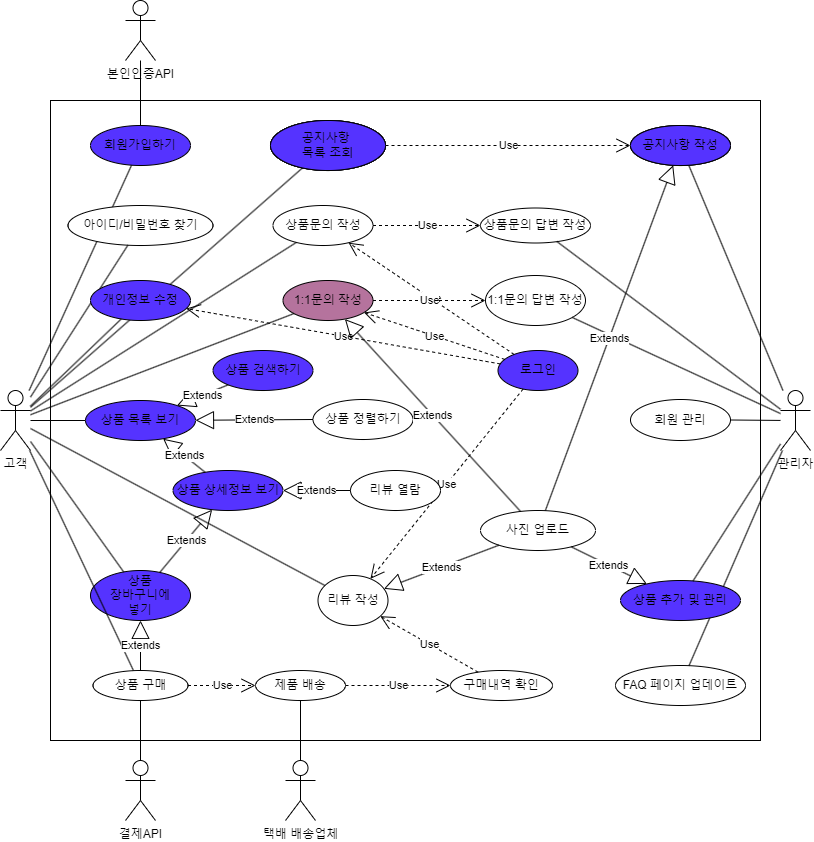
Earlier version of the draw.io export 3. DB설계/유즈케이스 다이어그램.drawio (3).png (ostrichick/MaruProject). Source tidied: cells renumbered, new cells last; positions are measured from the earlier drawing's top-left corner, leaving out a move shared by most shapes.
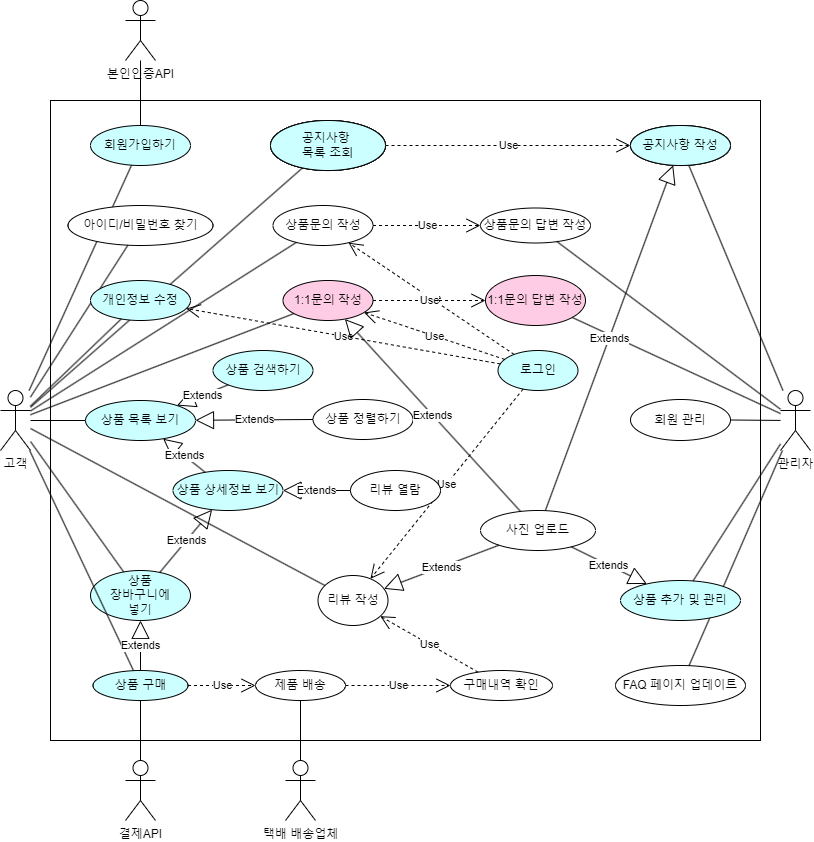
Later version of the same file.

Commit message:
유즈케이스 다이어그램.drawio (3).png 업데이트

Change to the diagram source:
```diff
@@ -17,22 +17,22 @@
     <mxCell id="6" style="rounded=0;whiteSpace=wrap;html=1;" parent="1" vertex="1">
       <mxGeometry x="50" y="100" width="710" height="640" as="geometry" />
     </mxCell>
-    <mxCell id="7" value="상품 상세정보 보기" style="ellipse;whiteSpace=wrap;html=1;fillColor=#5533FF;" parent="1" vertex="1">
+    <mxCell id="7" value="상품 상세정보 보기" style="ellipse;whiteSpace=wrap;html=1;fillColor=#CCFFFF;" parent="1" vertex="1">
       <mxGeometry x="172.5" y="470" width="110" height="40" as="geometry" />
     </mxCell>
-    <mxCell id="8" value="상품 검색하기" style="ellipse;whiteSpace=wrap;html=1;fillColor=#5533FF;" parent="1" vertex="1">
+    <mxCell id="8" value="상품 검색하기" style="ellipse;whiteSpace=wrap;html=1;fillColor=#CCFFFF;" parent="1" vertex="1">
       <mxGeometry x="212.5" y="350" width="100" height="40" as="geometry" />
     </mxCell>
     <mxCell id="9" value="상품 정렬하기" style="ellipse;whiteSpace=wrap;html=1;" parent="1" vertex="1">
       <mxGeometry x="312.5" y="399" width="100" height="40" as="geometry" />
     </mxCell>
-    <mxCell id="10" value="상품&lt;br&gt;장바구니에&lt;br&gt;넣기" style="ellipse;whiteSpace=wrap;html=1;fillColor=#5533FF;" parent="1" vertex="1">
+    <mxCell id="10" value="상품&lt;br&gt;장바구니에&lt;br&gt;넣기" style="ellipse;whiteSpace=wrap;html=1;fillColor=#CCFFFF;" parent="1" vertex="1">
       <mxGeometry x="90" y="570" width="100" height="50" as="geometry" />
     </mxCell>
-    <mxCell id="11" value="회원가입하기" style="ellipse;whiteSpace=wrap;html=1;fillColor=#5533FF;" parent="1" vertex="1">
+    <mxCell id="11" value="회원가입하기" style="ellipse;whiteSpace=wrap;html=1;fillColor=#CCFFFF;" parent="1" vertex="1">
       <mxGeometry x="90" y="125" width="100" height="40" as="geometry" />
     </mxCell>
-    <mxCell id="12" value="로그인" style="ellipse;whiteSpace=wrap;html=1;fillColor=#5533FF;" parent="1" vertex="1">
+    <mxCell id="12" value="로그인" style="ellipse;whiteSpace=wrap;html=1;fillColor=#CCFFFF;" parent="1" vertex="1">
       <mxGeometry x="497.5" y="350" width="80" height="40" as="geometry" />
     </mxCell>
     <mxCell id="13" style="endArrow=none;html=1;rounded=0;" parent="1" edge="1" source="11" target="5">
@@ -41,7 +41,7 @@
     <mxCell id="14" style="endArrow=none;html=1;rounded=0;" parent="1" edge="1" source="2" target="11">
       <mxGeometry relative="1" as="geometry" />
     </mxCell>
-    <mxCell id="15" value="상품 구매" style="ellipse;whiteSpace=wrap;html=1;" parent="1" vertex="1">
+    <mxCell id="15" value="상품 구매" style="ellipse;whiteSpace=wrap;html=1;fillColor=#CCFFFF;" parent="1" vertex="1">
       <mxGeometry x="92.5" y="670" width="95" height="30" as="geometry" />
     </mxCell>
     <mxCell id="16" style="endArrow=none;html=1;rounded=0;" parent="1" edge="1" source="4" target="15">
@@ -56,13 +56,13 @@
     <mxCell id="19" value="상품문의 작성" style="ellipse;whiteSpace=wrap;html=1;" parent="1" vertex="1">
       <mxGeometry x="272.5" y="205" width="100" height="40" as="geometry" />
     </mxCell>
-    <mxCell id="20" value="1:1문의 작성" style="ellipse;whiteSpace=wrap;html=1;fillColor=#B5739D;" parent="1" vertex="1">
+    <mxCell id="20" value="1:1문의 작성" style="ellipse;whiteSpace=wrap;html=1;fillColor=#FFCCE6;" parent="1" vertex="1">
       <mxGeometry x="282.5" y="280" width="90" height="40" as="geometry" />
     </mxCell>
     <mxCell id="21" value="상품문의 답변 작성" style="ellipse;whiteSpace=wrap;html=1;" parent="1" vertex="1">
       <mxGeometry x="480" y="207.5" width="110" height="35" as="geometry" />
     </mxCell>
-    <mxCell id="22" value="1:1문의 답변 작성" style="ellipse;whiteSpace=wrap;html=1;" parent="1" vertex="1">
+    <mxCell id="22" value="1:1문의 답변 작성" style="ellipse;whiteSpace=wrap;html=1;fillColor=#FFCCE6;" parent="1" vertex="1">
       <mxGeometry x="485" y="275" width="100" height="50" as="geometry" />
     </mxCell>
     <mxCell id="23" style="endArrow=none;html=1;rounded=0;" parent="1" edge="1" source="2" target="10">
@@ -86,7 +86,7 @@
     <mxCell id="29" style="endArrow=none;html=1;rounded=0;" parent="1" edge="1" source="2" target="19">
       <mxGeometry relative="1" as="geometry" />
     </mxCell>
-    <mxCell id="30" value="상품 목록 보기" style="ellipse;whiteSpace=wrap;html=1;fillColor=#5533FF;" parent="1" vertex="1">
+    <mxCell id="30" value="상품 목록 보기" style="ellipse;whiteSpace=wrap;html=1;fillColor=#CCFFFF;" parent="1" vertex="1">
       <mxGeometry x="85" y="400" width="110" height="40" as="geometry" />
     </mxCell>
     <mxCell id="31" value="Extends" style="endArrow=block;endSize=16;endFill=0;html=1;rounded=0;" parent="1" edge="1" source="8" target="30">
@@ -161,7 +161,7 @@
     <mxCell id="54" value="Extends" style="endArrow=block;endSize=16;endFill=0;html=1;rounded=0;" parent="1" edge="1" source="53" target="7">
       <mxGeometry relative="1" as="geometry" />
     </mxCell>
-    <mxCell id="55" value="개인정보 수정" style="ellipse;whiteSpace=wrap;html=1;fillColor=#5533FF;" parent="1" vertex="1">
+    <mxCell id="55" value="개인정보 수정" style="ellipse;whiteSpace=wrap;html=1;fillColor=#CCFFFF;" parent="1" vertex="1">
       <mxGeometry x="90" y="280" width="100" height="40" as="geometry" />
     </mxCell>
     <mxCell id="56" style="endArrow=none;html=1;rounded=0;" parent="1" edge="1" source="2" target="55">
@@ -200,7 +200,7 @@
     <mxCell id="67" style="endArrow=none;html=1;rounded=0;" parent="1" edge="1" source="66" target="3">
       <mxGeometry relative="1" as="geometry" />
     </mxCell>
-    <mxCell id="68" value="상품 추가 및 관리" style="ellipse;whiteSpace=wrap;html=1;fillColor=#5533FF;" parent="1" vertex="1">
+    <mxCell id="68" value="상품 추가 및 관리" style="ellipse;whiteSpace=wrap;html=1;fillColor=#CCFFFF;" parent="1" vertex="1">
       <mxGeometry x="620" y="580" width="120" height="40" as="geometry" />
     </mxCell>
     <mxCell id="69" style="endArrow=none;html=1;rounded=0;" parent="1" edge="1" source="68" target="3">
@@ -215,13 +215,13 @@
     <mxCell id="72" value="공지사항 &lt;br&gt;목록 조회" style="ellipse;whiteSpace=wrap;html=1;" parent="1" vertex="1">
       <mxGeometry x="270" y="120" width="115" height="50" as="geometry" />
     </mxCell>
-    <mxCell id="73" value="공지사항 &lt;br&gt;목록 조회" style="ellipse;whiteSpace=wrap;html=1;fillColor=#5533FF;" parent="1" vertex="1">
+    <mxCell id="73" value="공지사항 &lt;br&gt;목록 조회" style="ellipse;whiteSpace=wrap;html=1;fillColor=#CCFFFF;" parent="1" vertex="1">
       <mxGeometry x="270" y="120" width="115" height="50" as="geometry" />
     </mxCell>
     <mxCell id="74" value="공지사항 작성" style="ellipse;whiteSpace=wrap;html=1;" parent="1" vertex="1">
       <mxGeometry x="630" y="125" width="100" height="40" as="geometry" />
     </mxCell>
-    <mxCell id="75" value="공지사항 작성" style="ellipse;whiteSpace=wrap;html=1;fillColor=#5533FF;" parent="1" vertex="1">
+    <mxCell id="75" value="공지사항 작성" style="ellipse;whiteSpace=wrap;html=1;fillColor=#CCFFFF;" parent="1" vertex="1">
       <mxGeometry x="630" y="125" width="100" height="40" as="geometry" />
     </mxCell>
   </root>
```
